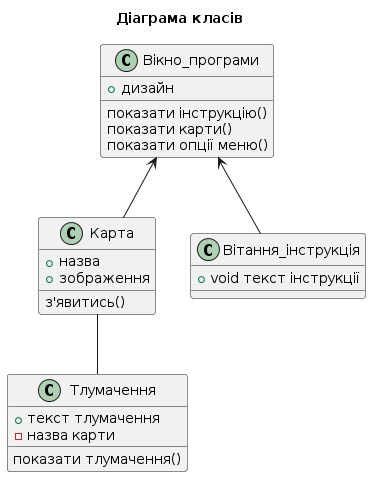
Before: docs/1.Envisioning/diagrams/Діаграма_класів.png, a diagram exported from PlantUML (ppc-ntu-khpi/SE-practice-35.1-2024).
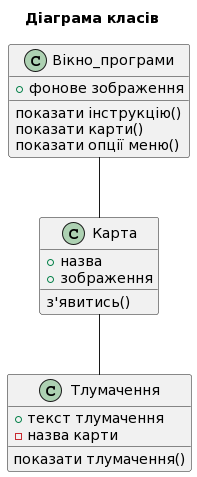
After the commit.

Diff of the diagram source:
```diff
@@ -16,19 +16,10 @@
 показати тлумачення()
 }
 class Вікно_програми {
-+  дизайн
++ фонове зображення
 показати інструкцію()
 показати карти()
 показати опції меню()
 }
-Вікно_програми <-- Карта
-
-
-
-class Вітання_інструкція{
-+void текст інструкції
-}
-
-
-Вікно_програми <-- Вітання_інструкція
+Вікно_програми -- Карта
 @enduml
```
